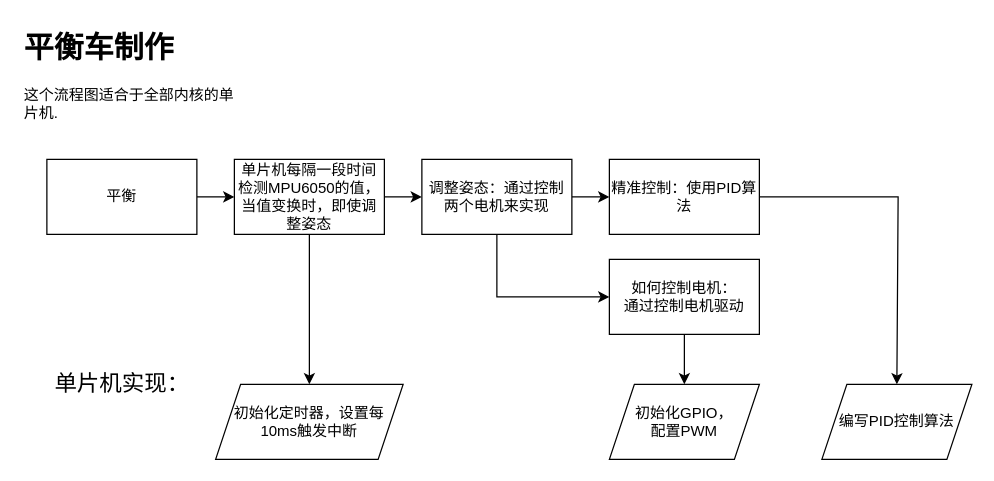
The draw.io diagram 流程图/平衡车.drawio in mlhua/hua, before the edit. Source tidied: cells renumbered, new cells numbered last; positions are measured from the earlier drawing's top-left corner, leaving out a move shared by most shapes. Both pictures are drawn from the tidied source at 125%, with x=0, y=0 at pixel (21, 21).
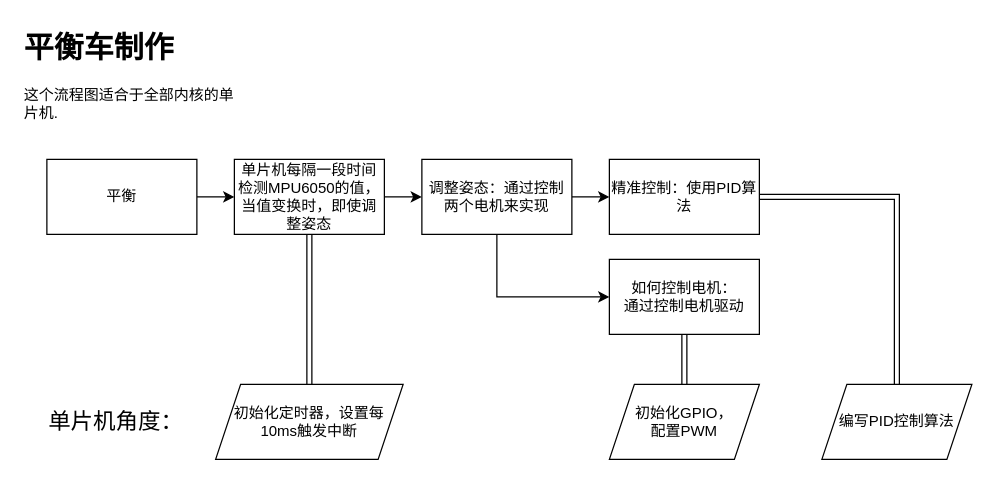
The same diagram, later.

Commit message (it also covers changes not shown here):
更新平衡车.drawio

The change refers to these unchanged cells:
```xml
<mxCell id="7" value="单片机每隔一段时间检测MPU6050的值，当值变换时，即使调整姿态" style="rounded=0;whiteSpace=wrap;html=1;" parent="1" vertex="1">
  <mxGeometry x="170" y="110" width="120" height="60" as="geometry" />
</mxCell>
<mxCell id="12" value="精准控制：使用PID算法" style="rounded=0;whiteSpace=wrap;html=1;" parent="1" vertex="1">
  <mxGeometry x="470" y="110" width="120" height="60" as="geometry" />
</mxCell>
<mxCell id="13" value="初始化定时器，设置每10ms触发中断" style="shape=parallelogram;perimeter=parallelogramPerimeter;whiteSpace=wrap;html=1;fixedSize=1;rounded=0;" parent="1" vertex="1">
  <mxGeometry x="155" y="290" width="150" height="60" as="geometry" />
</mxCell>
<mxCell id="15" value="&lt;span style=&quot;text-wrap: nowrap;&quot;&gt;如何控制电机：&lt;/span&gt;&lt;div style=&quot;text-wrap: nowrap;&quot;&gt;通过控制电机驱动&lt;/div&gt;" style="whiteSpace=wrap;html=1;" parent="1" vertex="1">
  <mxGeometry x="470" y="190" width="120" height="60" as="geometry" />
</mxCell>
<mxCell id="17" value="初始化GPIO，&lt;div&gt;配置PWM&lt;/div&gt;" style="shape=parallelogram;perimeter=parallelogramPerimeter;whiteSpace=wrap;html=1;fixedSize=1;" parent="1" vertex="1">
  <mxGeometry x="470" y="290" width="120" height="60" as="geometry" />
</mxCell>
<mxCell id="18" value="编写PID控制算法" style="shape=parallelogram;perimeter=parallelogramPerimeter;whiteSpace=wrap;html=1;fixedSize=1;" parent="1" vertex="1">
  <mxGeometry x="640" y="290" width="120" height="60" as="geometry" />
</mxCell>
```

What changed in the source:
```diff
@@
-    <mxCell id="6" style="edgeStyle=orthogonalEdgeStyle;rounded=0;jettySize=auto;html=1;" parent="1" edge="1" source="7" target="13">
+    <mxCell id="6" style="edgeStyle=orthogonalEdgeStyle;rounded=0;jettySize=auto;html=1;shape=link;" parent="1" edge="1" source="7" target="13">
       <mxGeometry relative="1" as="geometry" />
     </mxCell>
@@
-    <mxCell id="11" style="edgeStyle=orthogonalEdgeStyle;rounded=0;jettySize=auto;html=1;entryX=0.5;entryY=0;entryDx=0;entryDy=0;" parent="1" edge="1" source="12" target="18">
-      <mxGeometry relative="1" as="geometry">
-        <Array as="points">
-          <mxPoint x="701" y="140" />
-        </Array>
-      </mxGeometry>
+    <mxCell id="11" style="edgeStyle=orthogonalEdgeStyle;rounded=0;jettySize=auto;html=1;entryX=0.5;entryY=0;entryDx=0;entryDy=0;shape=link;" parent="1" edge="1" source="12" target="18">
+      <mxGeometry relative="1" as="geometry" />
     </mxCell>
@@
-    <mxCell id="14" style="edgeStyle=orthogonalEdgeStyle;rounded=0;jettySize=auto;html=1;" parent="1" edge="1" source="15" target="17">
+    <mxCell id="14" style="edgeStyle=orthogonalEdgeStyle;rounded=0;jettySize=auto;html=1;shape=link;" parent="1" edge="1" source="15" target="17">
       <mxGeometry relative="1" as="geometry" />
     </mxCell>
@@
-    <mxCell id="16" value="&lt;font style=&quot;font-size: 18px;&quot;&gt;单片机实现：&lt;/font&gt;" style="text;html=1;align=center;verticalAlign=middle;strokeColor=none;fillColor=none;" parent="1" vertex="1">
-      <mxGeometry x="15" y="270" width="130" height="40" as="geometry" />
+    <mxCell id="16" value="&lt;font style=&quot;font-size: 18px;&quot;&gt;单片机角度：&lt;/font&gt;" style="text;html=1;align=center;verticalAlign=middle;strokeColor=none;fillColor=none;" parent="1" vertex="1">
+      <mxGeometry x="10" y="300" width="130" height="40" as="geometry" />
     </mxCell>
```
